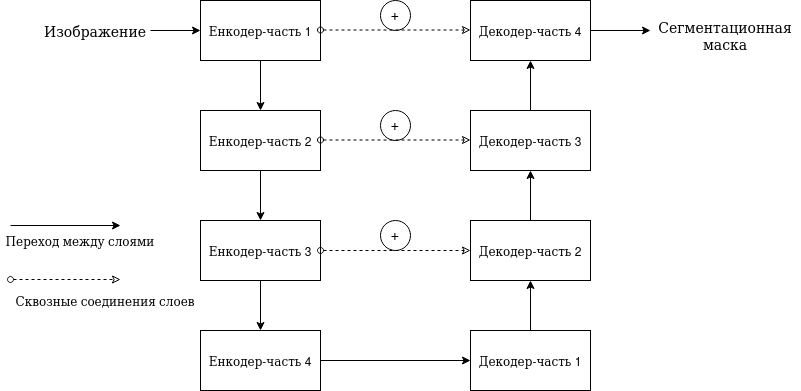
Above: thesis/mmcs_sfedu_thesis/img/net_arch_full.png in DmitIW/BachelorDiploma (draw.io), before the change. Source tidied: cells renumbered, new cells last; positions are measured from the earlier drawing's top-left corner, leaving out a move shared by most shapes. Source of this version:
```xml
<mxGraphModel>
  <root>
    <mxCell id="0" />
    <mxCell id="1" parent="0" />
    <mxCell id="2" style="edgeStyle=orthogonalEdgeStyle;rounded=0;jettySize=auto;html=1;startArrow=none;startFill=0;endArrow=classic;endFill=1;" parent="1" edge="1" source="3" target="5">
      <mxGeometry relative="1" as="geometry" />
    </mxCell>
    <mxCell id="3" style="rounded=0;whiteSpace=wrap;html=1;" parent="1" vertex="1">
      <mxGeometry x="200" width="120" height="60" as="geometry" />
    </mxCell>
    <mxCell id="4" style="edgeStyle=orthogonalEdgeStyle;rounded=0;jettySize=auto;html=1;startArrow=none;startFill=0;endArrow=classic;endFill=1;" parent="1" edge="1" source="5" target="7">
      <mxGeometry relative="1" as="geometry" />
    </mxCell>
    <mxCell id="5" style="rounded=0;whiteSpace=wrap;html=1;" parent="1" vertex="1">
      <mxGeometry x="200" y="110" width="120" height="60" as="geometry" />
    </mxCell>
    <mxCell id="6" style="edgeStyle=orthogonalEdgeStyle;rounded=0;jettySize=auto;html=1;startArrow=none;startFill=0;endArrow=classic;endFill=1;" parent="1" edge="1" source="7" target="9">
      <mxGeometry relative="1" as="geometry" />
    </mxCell>
    <mxCell id="7" style="rounded=0;whiteSpace=wrap;html=1;" parent="1" vertex="1">
      <mxGeometry x="200" y="220" width="120" height="60" as="geometry" />
    </mxCell>
    <mxCell id="8" style="edgeStyle=orthogonalEdgeStyle;rounded=0;jettySize=auto;html=1;entryX=0;entryY=0.5;entryDx=0;entryDy=0;" parent="1" edge="1" source="9" target="16">
      <mxGeometry relative="1" as="geometry" />
    </mxCell>
    <mxCell id="9" style="rounded=0;whiteSpace=wrap;html=1;" parent="1" vertex="1">
      <mxGeometry x="200" y="330" width="120" height="60" as="geometry" />
    </mxCell>
    <mxCell id="10" style="rounded=0;whiteSpace=wrap;html=1;" parent="1" vertex="1">
      <mxGeometry x="470" width="120" height="60" as="geometry" />
    </mxCell>
    <mxCell id="11" style="edgeStyle=orthogonalEdgeStyle;rounded=0;jettySize=auto;html=1;startArrow=none;startFill=0;endArrow=classic;endFill=1;" parent="1" edge="1" source="12" target="10">
      <mxGeometry relative="1" as="geometry" />
    </mxCell>
    <mxCell id="12" style="rounded=0;whiteSpace=wrap;html=1;" parent="1" vertex="1">
      <mxGeometry x="470" y="110" width="120" height="60" as="geometry" />
    </mxCell>
    <mxCell id="13" style="edgeStyle=orthogonalEdgeStyle;rounded=0;jettySize=auto;html=1;startArrow=none;startFill=0;endArrow=classic;endFill=1;" parent="1" edge="1" source="14" target="12">
      <mxGeometry relative="1" as="geometry" />
    </mxCell>
    <mxCell id="14" style="rounded=0;whiteSpace=wrap;html=1;" parent="1" vertex="1">
      <mxGeometry x="470" y="220" width="120" height="60" as="geometry" />
    </mxCell>
    <mxCell id="15" style="edgeStyle=orthogonalEdgeStyle;jettySize=auto;html=1;startArrow=none;startFill=0;endArrow=classic;endFill=1;rounded=0;" parent="1" edge="1" source="16" target="14">
      <mxGeometry relative="1" as="geometry" />
    </mxCell>
    <mxCell id="16" style="rounded=0;whiteSpace=wrap;html=1;" parent="1" vertex="1">
      <mxGeometry x="470" y="330" width="120" height="60" as="geometry" />
    </mxCell>
    <mxCell id="17" style="endArrow=classic;html=1;exitX=1;exitY=0.5;exitDx=0;exitDy=0;entryX=0;entryY=0.5;entryDx=0;entryDy=0;startArrow=oval;startFill=0;endFill=0;dashed=1;" parent="1" edge="1" source="7" target="14">
      <mxGeometry relative="1" as="geometry" />
    </mxCell>
    <mxCell id="18" style="endArrow=classic;html=1;exitX=1;exitY=0.5;exitDx=0;exitDy=0;entryX=0;entryY=0.5;entryDx=0;entryDy=0;startArrow=oval;startFill=0;endFill=0;dashed=1;" parent="1" edge="1">
      <mxGeometry relative="1" as="geometry">
        <mxPoint x="320" y="139.5" as="sourcePoint" />
        <mxPoint x="470" y="139.5" as="targetPoint" />
      </mxGeometry>
    </mxCell>
    <mxCell id="19" style="endArrow=classic;html=1;exitX=1;exitY=0.5;exitDx=0;exitDy=0;entryX=0;entryY=0.5;entryDx=0;entryDy=0;startArrow=oval;startFill=0;endFill=0;dashed=1;" parent="1" edge="1">
      <mxGeometry relative="1" as="geometry">
        <mxPoint x="320" y="29.5" as="sourcePoint" />
        <mxPoint x="470" y="29.5" as="targetPoint" />
      </mxGeometry>
    </mxCell>
    <mxCell id="20" style="ellipse;whiteSpace=wrap;html=1;fillColor=none;" parent="1" vertex="1">
      <mxGeometry x="380" y="110" width="30" height="30" as="geometry" />
    </mxCell>
    <mxCell id="21" value="&lt;font style=&quot;font-size: 15px&quot;&gt;+&lt;/font&gt;" style="text;html=1;strokeColor=none;fillColor=none;align=center;verticalAlign=middle;whiteSpace=wrap;rounded=0;" parent="1" vertex="1">
      <mxGeometry x="375" y="110" width="40" height="25" as="geometry" />
    </mxCell>
    <mxCell id="22" style="ellipse;whiteSpace=wrap;html=1;fillColor=none;" parent="1" vertex="1">
      <mxGeometry x="380" y="220" width="30" height="30" as="geometry" />
    </mxCell>
    <mxCell id="23" value="&lt;font style=&quot;font-size: 15px&quot;&gt;+&lt;/font&gt;" style="text;html=1;strokeColor=none;fillColor=none;align=center;verticalAlign=middle;whiteSpace=wrap;rounded=0;" parent="1" vertex="1">
      <mxGeometry x="375" y="220" width="40" height="25" as="geometry" />
    </mxCell>
    <mxCell id="24" style="ellipse;whiteSpace=wrap;html=1;fillColor=none;" parent="1" vertex="1">
      <mxGeometry x="380" width="30" height="30" as="geometry" />
    </mxCell>
    <mxCell id="25" value="&lt;font style=&quot;font-size: 15px&quot;&gt;+&lt;/font&gt;" style="text;html=1;strokeColor=none;fillColor=none;align=center;verticalAlign=middle;whiteSpace=wrap;rounded=0;" parent="1" vertex="1">
      <mxGeometry x="375" width="40" height="25" as="geometry" />
    </mxCell>
    <mxCell id="26" style="endArrow=classic;html=1;exitX=1;exitY=0.5;exitDx=0;exitDy=0;" parent="1" edge="1" source="10">
      <mxGeometry relative="1" as="geometry">
        <mxPoint x="650" y="30" as="targetPoint" />
      </mxGeometry>
    </mxCell>
    <mxCell id="27" value="&lt;font style=&quot;font-size: 14px&quot;&gt;Сегментационная маска&lt;br&gt;&lt;/font&gt;" style="text;html=1;strokeColor=none;fillColor=none;align=center;verticalAlign=middle;whiteSpace=wrap;rounded=0;" parent="1" vertex="1">
      <mxGeometry x="650" y="10" width="150" height="50" as="geometry" />
    </mxCell>
    <mxCell id="28" style="edgeStyle=orthogonalEdgeStyle;rounded=0;jettySize=auto;html=1;startArrow=none;startFill=0;endArrow=classic;endFill=1;" parent="1" edge="1" source="29" target="3">
      <mxGeometry relative="1" as="geometry" />
    </mxCell>
    <mxCell id="29" value="&lt;font style=&quot;font-size: 14px&quot;&gt;Изображение&lt;/font&gt;" style="text;html=1;strokeColor=none;fillColor=none;align=center;verticalAlign=middle;whiteSpace=wrap;rounded=0;" parent="1" vertex="1">
      <mxGeometry x="40" y="20" width="110" height="20" as="geometry" />
    </mxCell>
    <mxCell id="30" value="Енкодер-часть 1" style="text;html=1;strokeColor=none;fillColor=none;align=center;verticalAlign=middle;whiteSpace=wrap;rounded=0;" parent="1" vertex="1">
      <mxGeometry x="200" width="120" height="60" as="geometry" />
    </mxCell>
    <mxCell id="31" value="Енкодер-часть 2" style="text;html=1;strokeColor=none;fillColor=none;align=center;verticalAlign=middle;whiteSpace=wrap;rounded=0;" parent="1" vertex="1">
      <mxGeometry x="200" y="110" width="120" height="60" as="geometry" />
    </mxCell>
    <mxCell id="32" value="Енкодер-часть 3" style="text;html=1;strokeColor=none;fillColor=none;align=center;verticalAlign=middle;whiteSpace=wrap;rounded=0;" parent="1" vertex="1">
      <mxGeometry x="200" y="220" width="120" height="60" as="geometry" />
    </mxCell>
    <mxCell id="33" value="Енкодер-часть 4" style="text;html=1;strokeColor=none;fillColor=none;align=center;verticalAlign=middle;whiteSpace=wrap;rounded=0;" parent="1" vertex="1">
      <mxGeometry x="200" y="330" width="120" height="60" as="geometry" />
    </mxCell>
    <mxCell id="34" value="Декодер-часть 4" style="text;html=1;strokeColor=none;fillColor=none;align=center;verticalAlign=middle;whiteSpace=wrap;rounded=0;" parent="1" vertex="1">
      <mxGeometry x="470" width="120" height="60" as="geometry" />
    </mxCell>
    <mxCell id="35" value="Декодер-часть 3" style="text;html=1;strokeColor=none;fillColor=none;align=center;verticalAlign=middle;whiteSpace=wrap;rounded=0;" parent="1" vertex="1">
      <mxGeometry x="470" y="110" width="120" height="60" as="geometry" />
    </mxCell>
    <mxCell id="36" value="Декодер-часть 2" style="text;html=1;strokeColor=none;fillColor=none;align=center;verticalAlign=middle;whiteSpace=wrap;rounded=0;" parent="1" vertex="1">
      <mxGeometry x="470" y="220" width="120" height="60" as="geometry" />
    </mxCell>
    <mxCell id="37" value="Декодер-часть 1" style="text;html=1;strokeColor=none;fillColor=none;align=center;verticalAlign=middle;whiteSpace=wrap;rounded=0;" parent="1" vertex="1">
      <mxGeometry x="470" y="330" width="120" height="60" as="geometry" />
    </mxCell>
    <mxCell id="38" style="endArrow=classic;html=1;" parent="1" edge="1">
      <mxGeometry relative="1" as="geometry">
        <mxPoint x="10" y="225" as="sourcePoint" />
        <mxPoint x="120" y="225" as="targetPoint" />
      </mxGeometry>
    </mxCell>
    <mxCell id="39" value="Переход между слоями" style="text;html=1;strokeColor=none;fillColor=none;align=center;verticalAlign=middle;whiteSpace=wrap;rounded=0;" parent="1" vertex="1">
      <mxGeometry y="230" width="160" height="20" as="geometry" />
    </mxCell>
    <mxCell id="40" style="endArrow=classic;html=1;exitX=1;exitY=0.5;exitDx=0;exitDy=0;startArrow=oval;startFill=0;endFill=0;dashed=1;" parent="1" edge="1">
      <mxGeometry relative="1" as="geometry">
        <mxPoint x="10" y="279" as="sourcePoint" />
        <mxPoint x="120" y="279" as="targetPoint" />
      </mxGeometry>
    </mxCell>
    <mxCell id="41" value="Сквозные соединения слоев" style="text;html=1;strokeColor=none;fillColor=none;align=center;verticalAlign=middle;whiteSpace=wrap;rounded=0;" parent="1" vertex="1">
      <mxGeometry x="10" y="290" width="190" height="20" as="geometry" />
    </mxCell>
  </root>
</mxGraphModel>
```
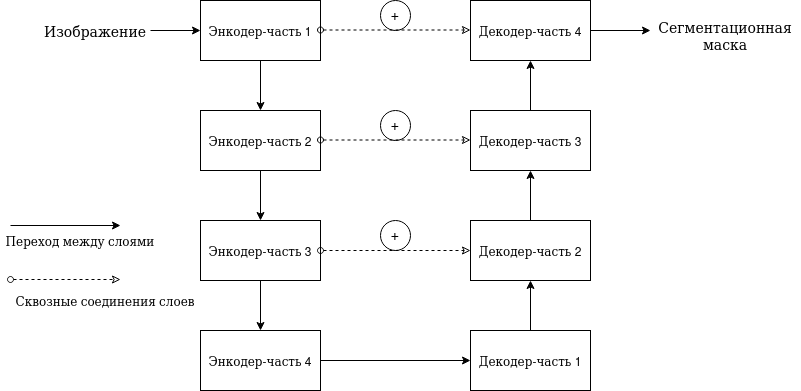
After the commit.

Diff of the diagram source:
```diff
@@ -94,16 +94,16 @@
     <mxCell id="29" value="&lt;font style=&quot;font-size: 14px&quot;&gt;Изображение&lt;/font&gt;" style="text;html=1;strokeColor=none;fillColor=none;align=center;verticalAlign=middle;whiteSpace=wrap;rounded=0;" parent="1" vertex="1">
       <mxGeometry x="40" y="20" width="110" height="20" as="geometry" />
     </mxCell>
-    <mxCell id="30" value="Енкодер-часть 1" style="text;html=1;strokeColor=none;fillColor=none;align=center;verticalAlign=middle;whiteSpace=wrap;rounded=0;" parent="1" vertex="1">
+    <mxCell id="30" value="Энкодер-часть 1" style="text;html=1;strokeColor=none;fillColor=none;align=center;verticalAlign=middle;whiteSpace=wrap;rounded=0;" parent="1" vertex="1">
       <mxGeometry x="200" width="120" height="60" as="geometry" />
     </mxCell>
-    <mxCell id="31" value="Енкодер-часть 2" style="text;html=1;strokeColor=none;fillColor=none;align=center;verticalAlign=middle;whiteSpace=wrap;rounded=0;" parent="1" vertex="1">
+    <mxCell id="31" value="Энкодер-часть 2" style="text;html=1;strokeColor=none;fillColor=none;align=center;verticalAlign=middle;whiteSpace=wrap;rounded=0;" parent="1" vertex="1">
       <mxGeometry x="200" y="110" width="120" height="60" as="geometry" />
     </mxCell>
-    <mxCell id="32" value="Енкодер-часть 3" style="text;html=1;strokeColor=none;fillColor=none;align=center;verticalAlign=middle;whiteSpace=wrap;rounded=0;" parent="1" vertex="1">
+    <mxCell id="32" value="Энкодер-часть 3" style="text;html=1;strokeColor=none;fillColor=none;align=center;verticalAlign=middle;whiteSpace=wrap;rounded=0;" parent="1" vertex="1">
       <mxGeometry x="200" y="220" width="120" height="60" as="geometry" />
     </mxCell>
-    <mxCell id="33" value="Енкодер-часть 4" style="text;html=1;strokeColor=none;fillColor=none;align=center;verticalAlign=middle;whiteSpace=wrap;rounded=0;" parent="1" vertex="1">
+    <mxCell id="33" value="Энкодер-часть 4" style="text;html=1;strokeColor=none;fillColor=none;align=center;verticalAlign=middle;whiteSpace=wrap;rounded=0;" parent="1" vertex="1">
       <mxGeometry x="200" y="330" width="120" height="60" as="geometry" />
     </mxCell>
     <mxCell id="34" value="Декодер-часть 4" style="text;html=1;strokeColor=none;fillColor=none;align=center;verticalAlign=middle;whiteSpace=wrap;rounded=0;" parent="1" vertex="1">
```
